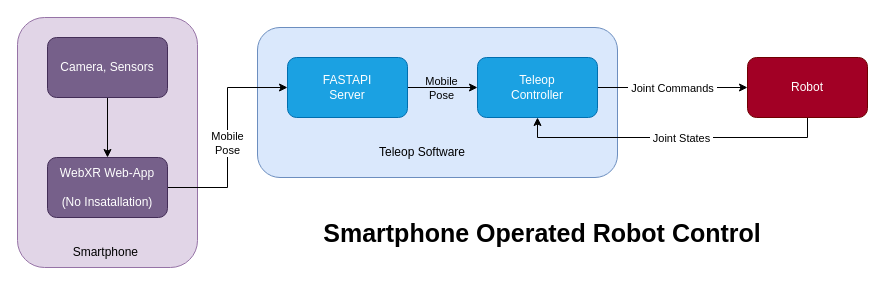
Above: WEBXR.drawio in sudhirpratapyadav/diagrams (draw.io), before the change. Source tidied: cells renumbered, new cells numbered last; positions are measured from the earlier drawing's top-left corner, leaving out a move shared by most shapes. Both pictures are drawn from the tidied source at 100%, with x=0, y=0 at pixel (17, 17).
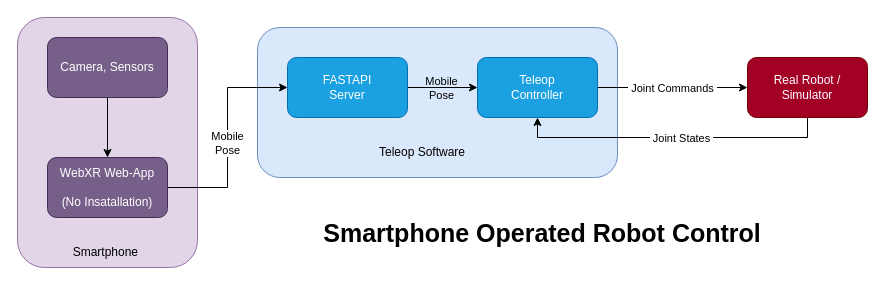
Above is the later version.

The edit, as a diff of the source:
```diff
@@
-    <mxCell id="8" value="Robot" style="rounded=1;whiteSpace=wrap;html=1;fillColor=#a20025;fontColor=#ffffff;strokeColor=#6F0000;" parent="1" vertex="1">
+    <mxCell id="8" value="Real Robot /&lt;br&gt;Simulator" style="rounded=1;whiteSpace=wrap;html=1;fillColor=#a20025;fontColor=#ffffff;strokeColor=#6F0000;" parent="1" vertex="1">
       <mxGeometry x="730" y="40" width="120" height="60" as="geometry" />
     </mxCell>
```
